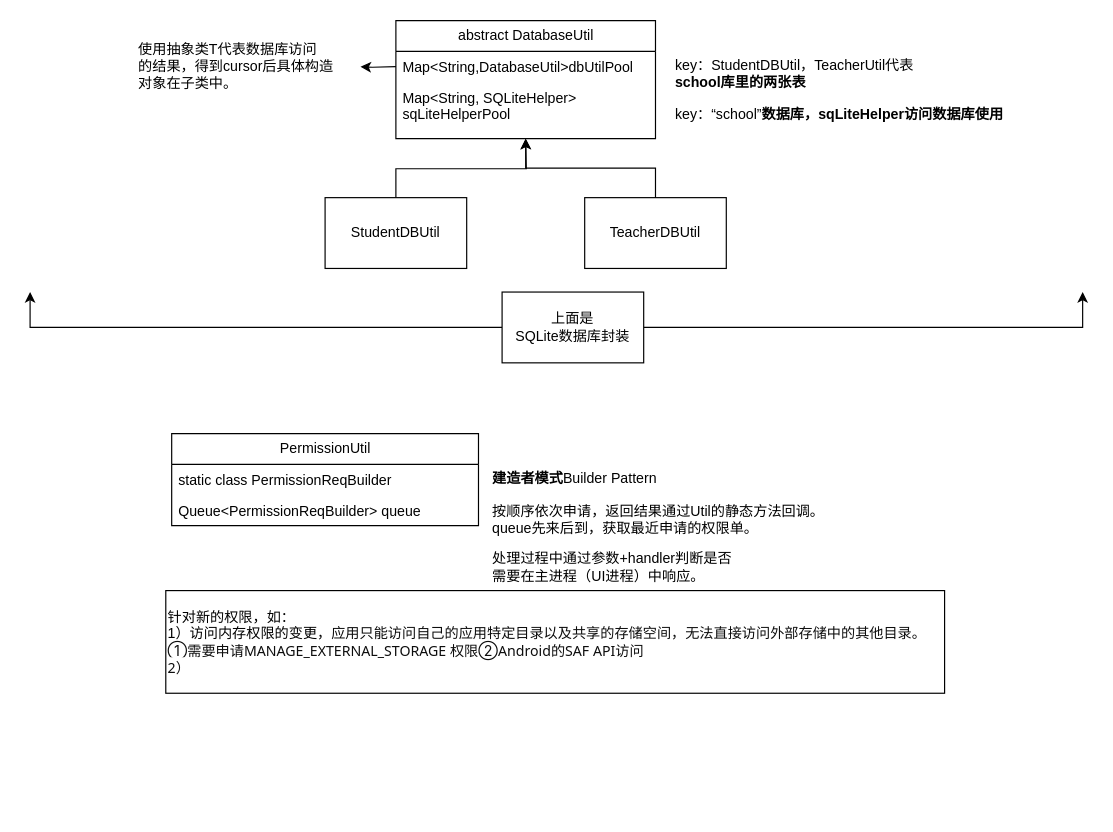
The draw.io diagram WorkRecord/项目相关问题.drawio in baizhu0414/Diagrams, before the edit. Source tidied: cells renumbered, new cells numbered last; positions are measured from the earlier drawing's top-left corner, leaving out a move shared by most shapes. Both pictures are drawn from the tidied source at 118%, with x=0, y=0 at pixel (30, 20).
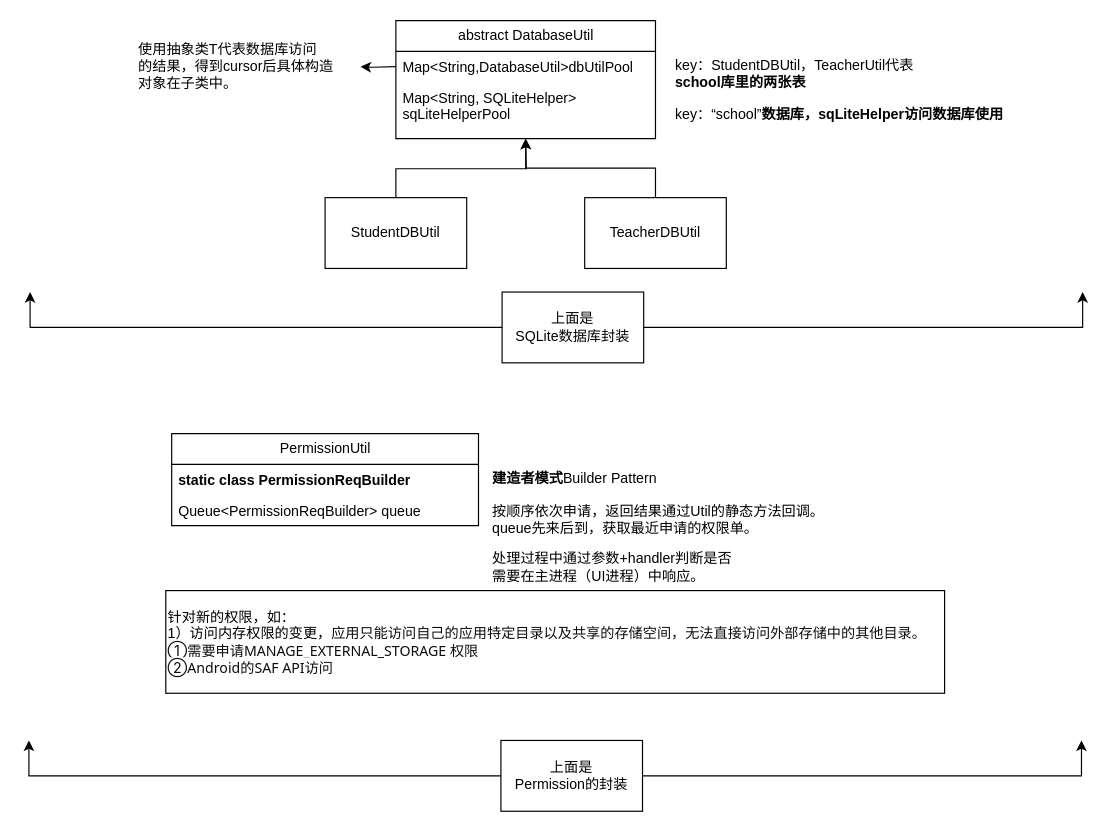
The same diagram, later.

Commit message:
更新项目相关问题.drawio

The change refers to these unchanged cells:
```xml
<mxCell id="16" value="PermissionUtil" style="swimlane;fontStyle=0;horizontal=1;startSize=26;fillColor=none;html=1;" parent="1" vertex="1">
  <mxGeometry x="120" y="350" width="260" height="78" as="geometry" />
</mxCell>
```

Change to the diagram source:
```diff
@@
-    <mxCell id="17" value="static&amp;nbsp;class PermissionReqBuilder" style="text;strokeColor=none;fillColor=none;align=left;verticalAlign=top;spacingLeft=4;spacingRight=4;overflow=hidden;whiteSpace=wrap;html=1;" parent="16" vertex="1">
+    <mxCell id="17" value="&lt;b&gt;static&amp;nbsp;class PermissionReqBuilder&lt;/b&gt;" style="text;strokeColor=none;fillColor=none;align=left;verticalAlign=top;spacingLeft=4;spacingRight=4;overflow=hidden;whiteSpace=wrap;html=1;" parent="16" vertex="1">
       <mxGeometry y="26" width="260" height="26" as="geometry" />
     </mxCell>
@@
-    <mxCell id="22" value="针对新的权限，如：&lt;div style=&quot;font-size: 12px;&quot;&gt;1）访问内存权限的变更，&lt;span style=&quot;color: rgb(13, 13, 13); font-family: Söhne, ui-sans-serif, system-ui, -apple-system, &amp;quot;Segoe UI&amp;quot;, Roboto, Ubuntu, Cantarell, &amp;quot;Noto Sans&amp;quot;, sans-serif, &amp;quot;Helvetica Neue&amp;quot;, Arial, &amp;quot;Apple Color Emoji&amp;quot;, &amp;quot;Segoe UI Emoji&amp;quot;, &amp;quot;Segoe UI Symbol&amp;quot;, &amp;quot;Noto Color Emoji&amp;quot;; font-size: 12px; white-space-collapse: preserve; background-color: rgb(255, 255, 255);&quot;&gt;应用只能访问自己的应用特定目录以及共享的存储空间，无法直接访问外部存储中的其他目录。①需要申请&lt;/span&gt;&lt;span style=&quot;background-color: rgb(255, 255, 255); color: rgb(13, 13, 13); font-family: Söhne, ui-sans-serif, system-ui, -apple-system, &amp;quot;Segoe UI&amp;quot;, Roboto, Ubuntu, Cantarell, &amp;quot;Noto Sans&amp;quot;, sans-serif, &amp;quot;Helvetica Neue&amp;quot;, Arial, &amp;quot;Apple Color Emoji&amp;quot;, &amp;quot;Segoe UI Emoji&amp;quot;, &amp;quot;Segoe UI Symbol&amp;quot;, &amp;quot;Noto Color Emoji&amp;quot;; font-size: 12px; white-space-collapse: preserve;&quot;&gt;MANAGE_EXTERNAL_STORAGE 权限②Android的SAF API访问&lt;/span&gt;&lt;/div&gt;&lt;div style=&quot;font-size: 12px;&quot;&gt;&lt;span style=&quot;background-color: rgb(255, 255, 255); color: rgb(13, 13, 13); font-family: Söhne, ui-sans-serif, system-ui, -apple-system, &amp;quot;Segoe UI&amp;quot;, Roboto, Ubuntu, Cantarell, &amp;quot;Noto Sans&amp;quot;, sans-serif, &amp;quot;Helvetica Neue&amp;quot;, Arial, &amp;quot;Apple Color Emoji&amp;quot;, &amp;quot;Segoe UI Emoji&amp;quot;, &amp;quot;Segoe UI Symbol&amp;quot;, &amp;quot;Noto Color Emoji&amp;quot;; font-size: 12px; white-space-collapse: preserve;&quot;&gt;2）&lt;/span&gt;&lt;/div&gt;" style="whiteSpace=wrap;html=1;fontSize=12;align=left;" parent="1" vertex="1">
+    <mxCell id="22" value="针对新的权限，如：&lt;div style=&quot;font-size: 12px;&quot;&gt;1）访问内存权限的变更，&lt;span style=&quot;color: rgb(13, 13, 13); font-family: Söhne, ui-sans-serif, system-ui, -apple-system, &amp;quot;Segoe UI&amp;quot;, Roboto, Ubuntu, Cantarell, &amp;quot;Noto Sans&amp;quot;, sans-serif, &amp;quot;Helvetica Neue&amp;quot;, Arial, &amp;quot;Apple Color Emoji&amp;quot;, &amp;quot;Segoe UI Emoji&amp;quot;, &amp;quot;Segoe UI Symbol&amp;quot;, &amp;quot;Noto Color Emoji&amp;quot;; font-size: 12px; white-space-collapse: preserve; background-color: rgb(255, 255, 255);&quot;&gt;应用只能访问自己的应用特定目录以及共享的存储空间，无法直接访问外部存储中的其他目录。&lt;/span&gt;&lt;/div&gt;&lt;div style=&quot;font-size: 12px;&quot;&gt;&lt;span style=&quot;color: rgb(13, 13, 13); font-family: Söhne, ui-sans-serif, system-ui, -apple-system, &amp;quot;Segoe UI&amp;quot;, Roboto, Ubuntu, Cantarell, &amp;quot;Noto Sans&amp;quot;, sans-serif, &amp;quot;Helvetica Neue&amp;quot;, Arial, &amp;quot;Apple Color Emoji&amp;quot;, &amp;quot;Segoe UI Emoji&amp;quot;, &amp;quot;Segoe UI Symbol&amp;quot;, &amp;quot;Noto Color Emoji&amp;quot;; font-size: 12px; white-space-collapse: preserve; background-color: rgb(255, 255, 255);&quot;&gt;①需要申请&lt;/span&gt;&lt;span style=&quot;background-color: rgb(255, 255, 255); color: rgb(13, 13, 13); font-family: Söhne, ui-sans-serif, system-ui, -apple-system, &amp;quot;Segoe UI&amp;quot;, Roboto, Ubuntu, Cantarell, &amp;quot;Noto Sans&amp;quot;, sans-serif, &amp;quot;Helvetica Neue&amp;quot;, Arial, &amp;quot;Apple Color Emoji&amp;quot;, &amp;quot;Segoe UI Emoji&amp;quot;, &amp;quot;Segoe UI Symbol&amp;quot;, &amp;quot;Noto Color Emoji&amp;quot;; font-size: 12px; white-space-collapse: preserve;&quot;&gt;MANAGE_EXTERNAL_STORAGE 权限&lt;/span&gt;&lt;/div&gt;&lt;div style=&quot;font-size: 12px;&quot;&gt;&lt;span style=&quot;background-color: rgb(255, 255, 255); color: rgb(13, 13, 13); font-family: Söhne, ui-sans-serif, system-ui, -apple-system, &amp;quot;Segoe UI&amp;quot;, Roboto, Ubuntu, Cantarell, &amp;quot;Noto Sans&amp;quot;, sans-serif, &amp;quot;Helvetica Neue&amp;quot;, Arial, &amp;quot;Apple Color Emoji&amp;quot;, &amp;quot;Segoe UI Emoji&amp;quot;, &amp;quot;Segoe UI Symbol&amp;quot;, &amp;quot;Noto Color Emoji&amp;quot;; font-size: 12px; white-space-collapse: preserve;&quot;&gt;②Android的SAF API访问&lt;/span&gt;&lt;/div&gt;" style="whiteSpace=wrap;html=1;fontSize=12;align=left;" parent="1" vertex="1">
       <mxGeometry x="115" y="483" width="660" height="87" as="geometry" />
     </mxCell>
+    <mxCell id="23" style="edgeStyle=orthogonalEdgeStyle;rounded=0;jettySize=auto;html=1;exitX=0;exitY=0.5;exitDx=0;exitDy=0;" parent="1" edge="1" source="25">
+      <mxGeometry relative="1" as="geometry">
+        <mxPoint x="-1" y="610" as="targetPoint" />
+        <Array as="points">
+          <mxPoint x="-1" y="640" />
+        </Array>
+      </mxGeometry>
+    </mxCell>
+    <mxCell id="24" style="edgeStyle=orthogonalEdgeStyle;rounded=0;jettySize=auto;html=1;exitX=1;exitY=0.5;exitDx=0;exitDy=0;" parent="1" edge="1" source="25">
+      <mxGeometry relative="1" as="geometry">
+        <mxPoint x="891" y="610" as="targetPoint" />
+        <Array as="points">
+          <mxPoint x="891" y="640" />
+        </Array>
+      </mxGeometry>
+    </mxCell>
+    <mxCell id="25" value="&lt;div&gt;上面是&lt;/div&gt;Permission的封装" style="whiteSpace=wrap;html=1;" parent="1" vertex="1">
+      <mxGeometry x="399" y="610" width="120" height="60" as="geometry" />
+    </mxCell>
```
